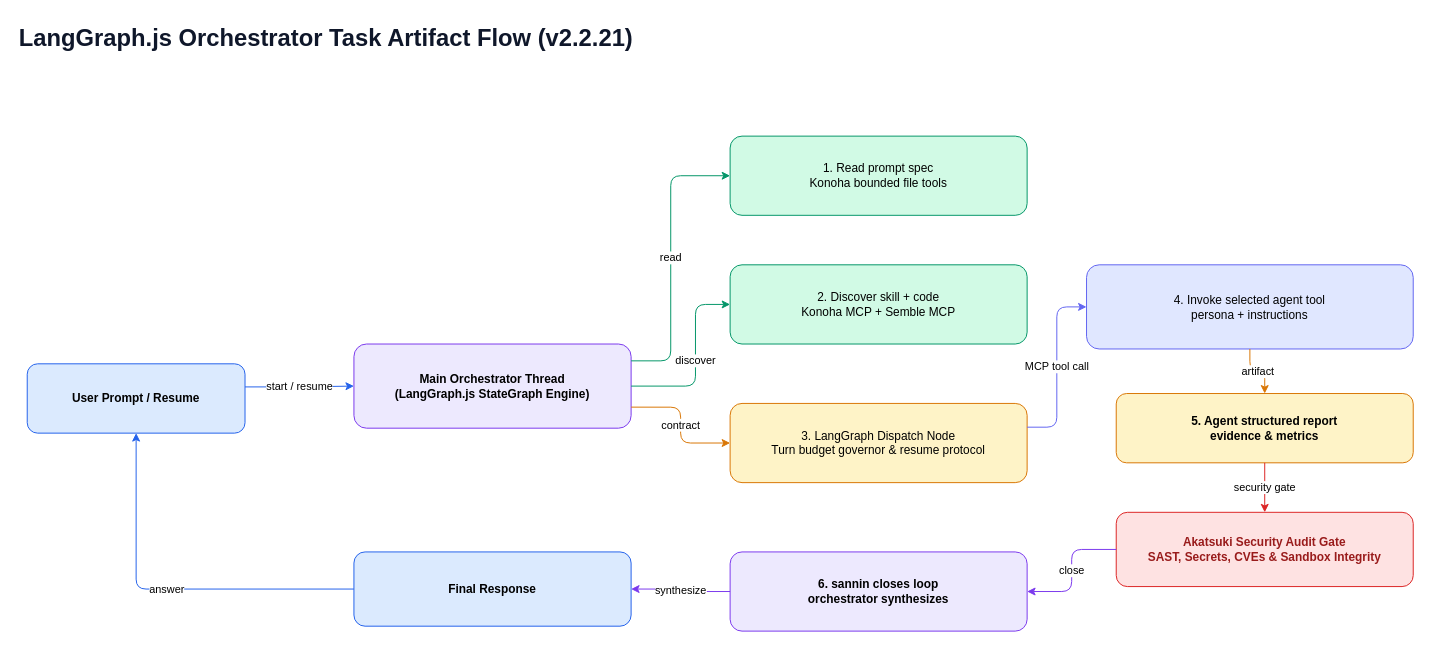
The draw.io diagram page "08 Orchestrator Task Artifact Flow" (8 of 18) of docs/diagrams/konoha-architecture.drawio in andycungkrinx91/konoha, before the edit. Source tidied: cells renumbered, new cells numbered last; positions are measured from the earlier drawing's top-left corner, leaving out a move shared by most shapes. Both pictures are drawn from the tidied source at 99%, with x=0, y=0 at pixel (17, 17).
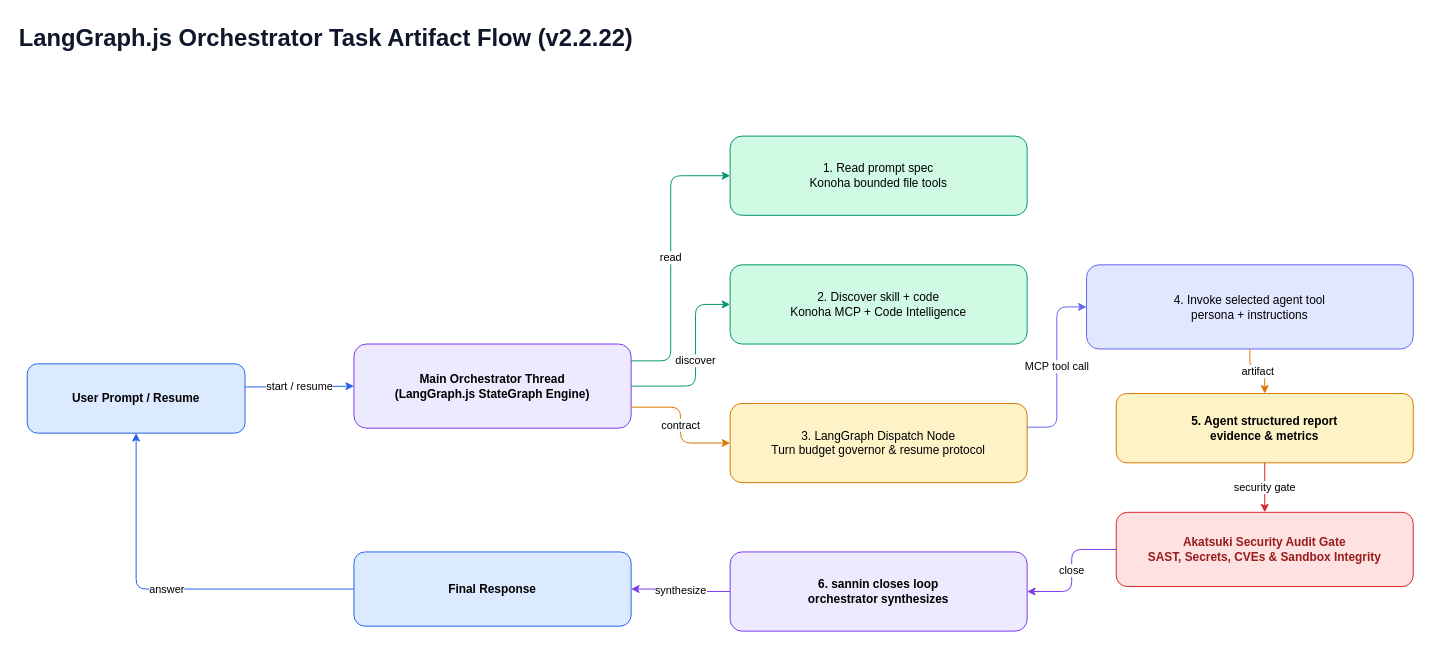
The same page after the edit.

Change to the diagram source:
```diff
@@
-    <mxCell id="2" value="LangGraph.js Orchestrator Task Artifact Flow (v2.2.21)" style="text;html=1;strokeColor=none;fillColor=none;fontColor=#0f172a;fontSize=24;fontStyle=1;align=left;" parent="1" vertex="1">
+    <mxCell id="2" value="LangGraph.js Orchestrator Task Artifact Flow (v2.2.22)" style="text;html=1;strokeColor=none;fillColor=none;fontColor=#0f172a;fontSize=24;fontStyle=1;align=left;" parent="1" vertex="1">
       <mxGeometry width="900" height="40" as="geometry" />
     </mxCell>
@@
-    <mxCell id="6" value="2. Discover skill + code&#10;Konoha MCP + Semble MCP" style="rounded=1;html=1;whiteSpace=wrap;fillColor=#d1fae5;strokeColor=#059669;overflow=visible;agent=sannin;" parent="1" vertex="1">
+    <mxCell id="6" value="2. Discover skill + code&#10;Konoha MCP + Code Intelligence" style="rounded=1;html=1;whiteSpace=wrap;fillColor=#d1fae5;strokeColor=#059669;overflow=visible;agent=sannin;" parent="1" vertex="1">
       <mxGeometry x="720" y="250" width="300" height="80" as="geometry" />
     </mxCell>
```
